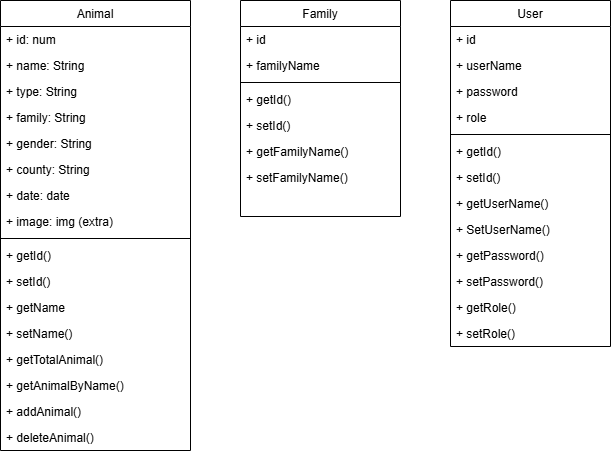
The draw.io diagram diagram/reserva_natural_diagrama_de_clases.drawio.png in Andreina2/springboot_reserva_natural, before a commit. Source tidied: cells renumbered, new cells last; positions are measured from the earlier drawing's top-left corner, leaving out a move shared by most shapes.
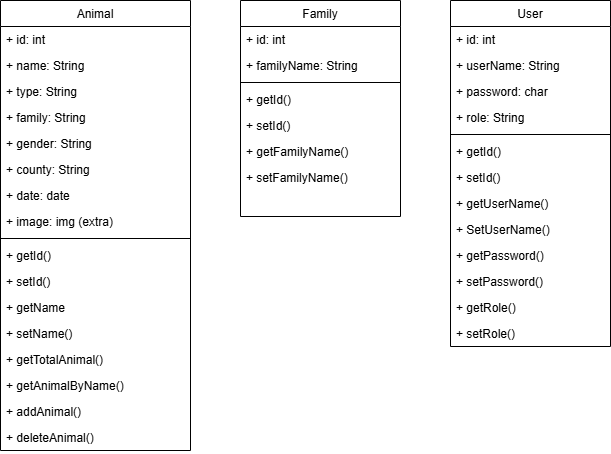
The same file after the commit.

Diff of the diagram source:
```diff
@@ -5,7 +5,7 @@
     <mxCell id="2" value="Animal" style="swimlane;fontStyle=0;align=center;verticalAlign=top;horizontal=1;startSize=26;rounded=0;shadow=0;strokeWidth=1;" parent="1" vertex="1">
       <mxGeometry width="190" height="450" as="geometry" />
     </mxCell>
-    <mxCell id="3" value="+ id: num" style="text;align=left;verticalAlign=top;spacingLeft=4;spacingRight=4;overflow=hidden;" parent="2" vertex="1">
+    <mxCell id="3" value="+ id: int" style="text;align=left;verticalAlign=top;spacingLeft=4;spacingRight=4;overflow=hidden;" parent="2" vertex="1">
       <mxGeometry y="26" width="190" height="26" as="geometry" />
     </mxCell>
     <mxCell id="4" value="+ name: String" style="text;align=left;verticalAlign=top;spacingLeft=4;spacingRight=4;overflow=hidden;" parent="2" vertex="1">
@@ -59,10 +59,10 @@
     <mxCell id="20" value="Family" style="swimlane;fontStyle=0;align=center;verticalAlign=top;horizontal=1;startSize=26;rounded=0;shadow=0;strokeWidth=1;" parent="1" vertex="1">
       <mxGeometry x="240" width="160" height="216" as="geometry" />
     </mxCell>
-    <mxCell id="21" value="+ id" style="text;align=left;verticalAlign=top;spacingLeft=4;spacingRight=4;overflow=hidden;" parent="20" vertex="1">
+    <mxCell id="21" value="+ id: int" style="text;align=left;verticalAlign=top;spacingLeft=4;spacingRight=4;overflow=hidden;" parent="20" vertex="1">
       <mxGeometry y="26" width="160" height="26" as="geometry" />
     </mxCell>
-    <mxCell id="22" value="+ familyName" style="text;align=left;verticalAlign=top;spacingLeft=4;spacingRight=4;overflow=hidden;rounded=0;shadow=0;html=0;" parent="20" vertex="1">
+    <mxCell id="22" value="+ familyName: String" style="text;align=left;verticalAlign=top;spacingLeft=4;spacingRight=4;overflow=hidden;rounded=0;shadow=0;html=0;" parent="20" vertex="1">
       <mxGeometry y="52" width="160" height="26" as="geometry" />
     </mxCell>
     <mxCell id="23" style="line;html=1;strokeWidth=1;align=left;verticalAlign=middle;spacingTop=-1;spacingLeft=3;spacingRight=3;labelPosition=right;" parent="20" vertex="1">
@@ -83,16 +83,16 @@
     <mxCell id="28" value="User" style="swimlane;fontStyle=0;align=center;verticalAlign=top;horizontal=1;startSize=26;rounded=0;shadow=0;strokeWidth=1;" parent="1" vertex="1">
       <mxGeometry x="450" width="160" height="346" as="geometry" />
     </mxCell>
-    <mxCell id="29" value="+ id" style="text;align=left;verticalAlign=top;spacingLeft=4;spacingRight=4;overflow=hidden;" parent="28" vertex="1">
+    <mxCell id="29" value="+ id: int" style="text;align=left;verticalAlign=top;spacingLeft=4;spacingRight=4;overflow=hidden;" parent="28" vertex="1">
       <mxGeometry y="26" width="160" height="26" as="geometry" />
     </mxCell>
-    <mxCell id="30" value="+ userName" style="text;align=left;verticalAlign=top;spacingLeft=4;spacingRight=4;overflow=hidden;rounded=0;shadow=0;html=0;" parent="28" vertex="1">
+    <mxCell id="30" value="+ userName: String" style="text;align=left;verticalAlign=top;spacingLeft=4;spacingRight=4;overflow=hidden;rounded=0;shadow=0;html=0;" parent="28" vertex="1">
       <mxGeometry y="52" width="160" height="26" as="geometry" />
     </mxCell>
-    <mxCell id="31" value="+ password" style="text;align=left;verticalAlign=top;spacingLeft=4;spacingRight=4;overflow=hidden;rounded=0;shadow=0;html=0;" parent="28" vertex="1">
+    <mxCell id="31" value="+ password: char" style="text;align=left;verticalAlign=top;spacingLeft=4;spacingRight=4;overflow=hidden;rounded=0;shadow=0;html=0;" parent="28" vertex="1">
       <mxGeometry y="78" width="160" height="26" as="geometry" />
     </mxCell>
-    <mxCell id="32" value="+ role" style="text;align=left;verticalAlign=top;spacingLeft=4;spacingRight=4;overflow=hidden;rounded=0;shadow=0;html=0;" parent="28" vertex="1">
+    <mxCell id="32" value="+ role: String" style="text;align=left;verticalAlign=top;spacingLeft=4;spacingRight=4;overflow=hidden;rounded=0;shadow=0;html=0;" parent="28" vertex="1">
       <mxGeometry y="104" width="160" height="26" as="geometry" />
     </mxCell>
     <mxCell id="33" style="line;html=1;strokeWidth=1;align=left;verticalAlign=middle;spacingTop=-1;spacingLeft=3;spacingRight=3;labelPosition=right;" parent="28" vertex="1">
```
